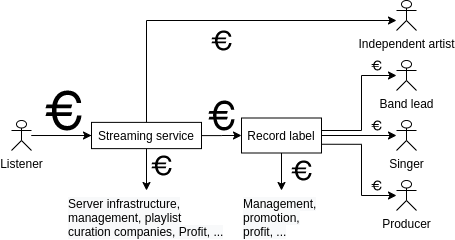
The draw.io diagram design/current-money-flow.png in Tim-W/msc-thesis, before a commit. Source tidied: cells renumbered, new cells last; positions are measured from the earlier drawing's top-left corner, leaving out a move shared by most shapes. Source of this version:
```xml
<mxGraphModel>
  <root>
    <mxCell id="0" />
    <mxCell id="1" parent="0" />
    <mxCell id="2" style="edgeStyle=orthogonalEdgeStyle;rounded=0;jettySize=auto;html=1;entryX=0;entryY=0.5;entryDx=0;entryDy=0;" parent="1" edge="1" source="4" target="15">
      <mxGeometry relative="1" as="geometry" />
    </mxCell>
    <mxCell id="3" style="edgeStyle=orthogonalEdgeStyle;rounded=0;jettySize=auto;html=1;" parent="1" edge="1" source="4">
      <mxGeometry relative="1" as="geometry">
        <mxPoint x="100" y="135" as="targetPoint" />
      </mxGeometry>
    </mxCell>
    <mxCell id="4" value="Listener" style="shape=umlActor;verticalLabelPosition=bottom;verticalAlign=top;html=1;outlineConnect=0;" parent="1" vertex="1">
      <mxGeometry y="120" width="20" height="30" as="geometry" />
    </mxCell>
    <mxCell id="5" value="Band lead" style="shape=umlActor;verticalLabelPosition=bottom;verticalAlign=top;html=1;outlineConnect=0;" parent="1" vertex="1">
      <mxGeometry x="385" y="60" width="20" height="30" as="geometry" />
    </mxCell>
    <mxCell id="6" value="Singer" style="shape=umlActor;verticalLabelPosition=bottom;verticalAlign=top;html=1;outlineConnect=0;" parent="1" vertex="1">
      <mxGeometry x="385" y="120" width="20" height="30" as="geometry" />
    </mxCell>
    <mxCell id="7" value="Producer" style="shape=umlActor;verticalLabelPosition=bottom;verticalAlign=top;html=1;outlineConnect=0;" parent="1" vertex="1">
      <mxGeometry x="385" y="180" width="20" height="30" as="geometry" />
    </mxCell>
    <mxCell id="8" style="shape=mxgraph.signs.travel.euro;html=1;fillColor=#000000;strokeColor=none;verticalLabelPosition=bottom;verticalAlign=top;align=center;" parent="1" vertex="1">
      <mxGeometry x="34" y="90" width="36" height="40" as="geometry" />
    </mxCell>
    <mxCell id="9" style="shape=mxgraph.signs.travel.euro;html=1;fillColor=#000000;strokeColor=none;verticalLabelPosition=bottom;verticalAlign=top;align=center;" parent="1" vertex="1">
      <mxGeometry x="360" y="120" width="10" height="10" as="geometry" />
    </mxCell>
    <mxCell id="10" style="shape=mxgraph.signs.travel.euro;html=1;fillColor=#000000;strokeColor=none;verticalLabelPosition=bottom;verticalAlign=top;align=center;" parent="1" vertex="1">
      <mxGeometry x="360" y="180" width="10" height="10" as="geometry" />
    </mxCell>
    <mxCell id="11" style="shape=mxgraph.signs.travel.euro;html=1;fillColor=#000000;strokeColor=none;verticalLabelPosition=bottom;verticalAlign=top;align=center;" parent="1" vertex="1">
      <mxGeometry x="360" y="60" width="10" height="10" as="geometry" />
    </mxCell>
    <mxCell id="12" style="edgeStyle=orthogonalEdgeStyle;rounded=0;jettySize=auto;html=1;" parent="1" edge="1" source="15" target="20">
      <mxGeometry relative="1" as="geometry" />
    </mxCell>
    <mxCell id="13" style="edgeStyle=orthogonalEdgeStyle;rounded=0;jettySize=auto;html=1;exitX=0.5;exitY=1;exitDx=0;exitDy=0;entryX=0.5;entryY=0;entryDx=0;entryDy=0;" parent="1" edge="1" source="15" target="22">
      <mxGeometry relative="1" as="geometry" />
    </mxCell>
    <mxCell id="14" style="edgeStyle=orthogonalEdgeStyle;rounded=0;jettySize=auto;html=1;exitX=0.5;exitY=0;exitDx=0;exitDy=0;" parent="1" edge="1" source="15" target="23">
      <mxGeometry relative="1" as="geometry">
        <Array as="points">
          <mxPoint x="135" y="20" />
        </Array>
      </mxGeometry>
    </mxCell>
    <mxCell id="15" value="Streaming service" style="rounded=0;whiteSpace=wrap;html=1;" parent="1" vertex="1">
      <mxGeometry x="80" y="121.9" width="110" height="26.2" as="geometry" />
    </mxCell>
    <mxCell id="16" style="edgeStyle=orthogonalEdgeStyle;rounded=0;jettySize=auto;html=1;exitX=1;exitY=0.75;exitDx=0;exitDy=0;" parent="1" edge="1" source="20" target="7">
      <mxGeometry relative="1" as="geometry">
        <Array as="points">
          <mxPoint x="350" y="144" />
          <mxPoint x="350" y="195" />
        </Array>
      </mxGeometry>
    </mxCell>
    <mxCell id="17" style="edgeStyle=orthogonalEdgeStyle;rounded=0;jettySize=auto;html=1;exitX=1;exitY=0.5;exitDx=0;exitDy=0;" parent="1" edge="1" source="20" target="6">
      <mxGeometry relative="1" as="geometry" />
    </mxCell>
    <mxCell id="18" style="edgeStyle=orthogonalEdgeStyle;rounded=0;jettySize=auto;html=1;exitX=1;exitY=0.5;exitDx=0;exitDy=0;" parent="1" edge="1" source="20" target="5">
      <mxGeometry relative="1" as="geometry">
        <Array as="points">
          <mxPoint x="310" y="130" />
          <mxPoint x="350" y="130" />
          <mxPoint x="350" y="75" />
        </Array>
      </mxGeometry>
    </mxCell>
    <mxCell id="19" style="edgeStyle=orthogonalEdgeStyle;rounded=0;jettySize=auto;html=1;exitX=0.5;exitY=1;exitDx=0;exitDy=0;entryX=0.5;entryY=0;entryDx=0;entryDy=0;" parent="1" edge="1" source="20" target="25">
      <mxGeometry relative="1" as="geometry" />
    </mxCell>
    <mxCell id="20" value="Record label" style="rounded=0;whiteSpace=wrap;html=1;" parent="1" vertex="1">
      <mxGeometry x="230" y="117.5" width="80" height="35" as="geometry" />
    </mxCell>
    <mxCell id="21" style="shape=mxgraph.signs.travel.euro;html=1;fillColor=#000000;strokeColor=none;verticalLabelPosition=bottom;verticalAlign=top;align=center;" parent="1" vertex="1">
      <mxGeometry x="197" y="100" width="26" height="30" as="geometry" />
    </mxCell>
    <mxCell id="22" value="&lt;span style=&quot;color: rgb(0 , 0 , 0) ; font-family: &amp;#34;helvetica&amp;#34; ; font-size: 12px ; font-style: normal ; font-weight: 400 ; letter-spacing: normal ; text-align: center ; text-indent: 0px ; text-transform: none ; word-spacing: 0px ; background-color: rgb(248 , 249 , 250) ; display: inline ; float: none&quot;&gt;Server infrastructure, management, playlist curation companies, Profit, ...&lt;/span&gt;" style="text;whiteSpace=wrap;html=1;" parent="1" vertex="1">
      <mxGeometry x="55" y="190" width="160" height="30" as="geometry" />
    </mxCell>
    <mxCell id="23" value="Independent artist" style="shape=umlActor;verticalLabelPosition=bottom;verticalAlign=top;html=1;outlineConnect=0;" parent="1" vertex="1">
      <mxGeometry x="385" width="20" height="30" as="geometry" />
    </mxCell>
    <mxCell id="24" style="shape=mxgraph.signs.travel.euro;html=1;fillColor=#000000;strokeColor=none;verticalLabelPosition=bottom;verticalAlign=top;align=center;" parent="1" vertex="1">
      <mxGeometry x="200" y="30" width="20" height="20" as="geometry" />
    </mxCell>
    <mxCell id="25" value="&lt;span style=&quot;color: rgb(0 , 0 , 0) ; font-family: &amp;#34;helvetica&amp;#34; ; font-size: 12px ; font-style: normal ; font-weight: 400 ; letter-spacing: normal ; text-align: center ; text-indent: 0px ; text-transform: none ; word-spacing: 0px ; background-color: rgb(248 , 249 , 250) ; display: inline ; float: none&quot;&gt;Management, promotion, profit, ...&lt;/span&gt;" style="text;whiteSpace=wrap;html=1;" parent="1" vertex="1">
      <mxGeometry x="230" y="190" width="80" height="30" as="geometry" />
    </mxCell>
    <mxCell id="26" style="shape=mxgraph.signs.travel.euro;html=1;fillColor=#000000;strokeColor=none;verticalLabelPosition=bottom;verticalAlign=top;align=center;" parent="1" vertex="1">
      <mxGeometry x="140" y="155" width="20" height="20" as="geometry" />
    </mxCell>
    <mxCell id="27" style="shape=mxgraph.signs.travel.euro;html=1;fillColor=#000000;strokeColor=none;verticalLabelPosition=bottom;verticalAlign=top;align=center;" parent="1" vertex="1">
      <mxGeometry x="280" y="160" width="20" height="20" as="geometry" />
    </mxCell>
  </root>
</mxGraphModel>
```
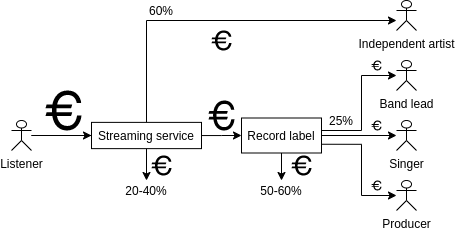
The same file after the commit.

What changed in the source:
```diff
@@ -37,7 +37,7 @@
     <mxCell id="12" style="edgeStyle=orthogonalEdgeStyle;rounded=0;jettySize=auto;html=1;" parent="1" edge="1" source="15" target="20">
       <mxGeometry relative="1" as="geometry" />
     </mxCell>
-    <mxCell id="13" style="edgeStyle=orthogonalEdgeStyle;rounded=0;jettySize=auto;html=1;exitX=0.5;exitY=1;exitDx=0;exitDy=0;entryX=0.5;entryY=0;entryDx=0;entryDy=0;" parent="1" edge="1" source="15" target="22">
+    <mxCell id="13" style="edgeStyle=orthogonalEdgeStyle;rounded=0;jettySize=auto;html=1;exitX=0.5;exitY=1;exitDx=0;exitDy=0;entryX=0.5;entryY=0;entryDx=0;entryDy=0;" parent="1" edge="1" source="15" target="28">
       <mxGeometry relative="1" as="geometry" />
     </mxCell>
     <mxCell id="14" style="edgeStyle=orthogonalEdgeStyle;rounded=0;jettySize=auto;html=1;exitX=0.5;exitY=0;exitDx=0;exitDy=0;" parent="1" edge="1" source="15" target="23">
@@ -70,7 +70,7 @@
         </Array>
       </mxGeometry>
     </mxCell>
-    <mxCell id="19" style="edgeStyle=orthogonalEdgeStyle;rounded=0;jettySize=auto;html=1;exitX=0.5;exitY=1;exitDx=0;exitDy=0;entryX=0.5;entryY=0;entryDx=0;entryDy=0;" parent="1" edge="1" source="20" target="25">
+    <mxCell id="19" style="edgeStyle=orthogonalEdgeStyle;rounded=0;jettySize=auto;html=1;exitX=0.5;exitY=1;exitDx=0;exitDy=0;entryX=0.5;entryY=0;entryDx=0;entryDy=0;" parent="1" edge="1" source="20" target="30">
       <mxGeometry relative="1" as="geometry" />
     </mxCell>
     <mxCell id="20" value="Record label" style="rounded=0;whiteSpace=wrap;html=1;" parent="1" vertex="1">
@@ -79,23 +79,29 @@
     <mxCell id="21" style="shape=mxgraph.signs.travel.euro;html=1;fillColor=#000000;strokeColor=none;verticalLabelPosition=bottom;verticalAlign=top;align=center;" parent="1" vertex="1">
       <mxGeometry x="197" y="100" width="26" height="30" as="geometry" />
     </mxCell>
-    <mxCell id="22" value="&lt;span style=&quot;color: rgb(0 , 0 , 0) ; font-family: &amp;#34;helvetica&amp;#34; ; font-size: 12px ; font-style: normal ; font-weight: 400 ; letter-spacing: normal ; text-align: center ; text-indent: 0px ; text-transform: none ; word-spacing: 0px ; background-color: rgb(248 , 249 , 250) ; display: inline ; float: none&quot;&gt;Server infrastructure, management, playlist curation companies, Profit, ...&lt;/span&gt;" style="text;whiteSpace=wrap;html=1;" parent="1" vertex="1">
-      <mxGeometry x="55" y="190" width="160" height="30" as="geometry" />
-    </mxCell>
     <mxCell id="23" value="Independent artist" style="shape=umlActor;verticalLabelPosition=bottom;verticalAlign=top;html=1;outlineConnect=0;" parent="1" vertex="1">
       <mxGeometry x="385" width="20" height="30" as="geometry" />
     </mxCell>
     <mxCell id="24" style="shape=mxgraph.signs.travel.euro;html=1;fillColor=#000000;strokeColor=none;verticalLabelPosition=bottom;verticalAlign=top;align=center;" parent="1" vertex="1">
       <mxGeometry x="200" y="30" width="20" height="20" as="geometry" />
     </mxCell>
-    <mxCell id="25" value="&lt;span style=&quot;color: rgb(0 , 0 , 0) ; font-family: &amp;#34;helvetica&amp;#34; ; font-size: 12px ; font-style: normal ; font-weight: 400 ; letter-spacing: normal ; text-align: center ; text-indent: 0px ; text-transform: none ; word-spacing: 0px ; background-color: rgb(248 , 249 , 250) ; display: inline ; float: none&quot;&gt;Management, promotion, profit, ...&lt;/span&gt;" style="text;whiteSpace=wrap;html=1;" parent="1" vertex="1">
-      <mxGeometry x="230" y="190" width="80" height="30" as="geometry" />
-    </mxCell>
     <mxCell id="26" style="shape=mxgraph.signs.travel.euro;html=1;fillColor=#000000;strokeColor=none;verticalLabelPosition=bottom;verticalAlign=top;align=center;" parent="1" vertex="1">
       <mxGeometry x="140" y="155" width="20" height="20" as="geometry" />
     </mxCell>
     <mxCell id="27" style="shape=mxgraph.signs.travel.euro;html=1;fillColor=#000000;strokeColor=none;verticalLabelPosition=bottom;verticalAlign=top;align=center;" parent="1" vertex="1">
-      <mxGeometry x="280" y="160" width="20" height="20" as="geometry" />
+      <mxGeometry x="280" y="155" width="20" height="20" as="geometry" />
     </mxCell>
+    <mxCell id="28" value="20-40%" style="text;html=1;strokeColor=none;fillColor=none;align=center;verticalAlign=middle;whiteSpace=wrap;rounded=0;" parent="1" vertex="1">
+      <mxGeometry x="110" y="180" width="50" height="20" as="geometry" />
+    </mxCell>
+    <mxCell id="29" value="25%" style="text;html=1;strokeColor=none;fillColor=none;align=center;verticalAlign=middle;whiteSpace=wrap;rounded=0;" parent="1" vertex="1">
+      <mxGeometry x="310" y="110" width="40" height="20" as="geometry" />
+    </mxCell>
+    <mxCell id="30" value="50-60%" style="text;html=1;strokeColor=none;fillColor=none;align=center;verticalAlign=middle;whiteSpace=wrap;rounded=0;" parent="1" vertex="1">
+      <mxGeometry x="245" y="180" width="50" height="20" as="geometry" />
+    </mxCell>
+    <mxCell id="31" value="60%" style="text;html=1;strokeColor=none;fillColor=none;align=center;verticalAlign=middle;whiteSpace=wrap;rounded=0;" parent="1" vertex="1">
+      <mxGeometry x="135" width="30" height="20" as="geometry" />
+    </mxCell>
   </root>
 </mxGraphModel>
```
